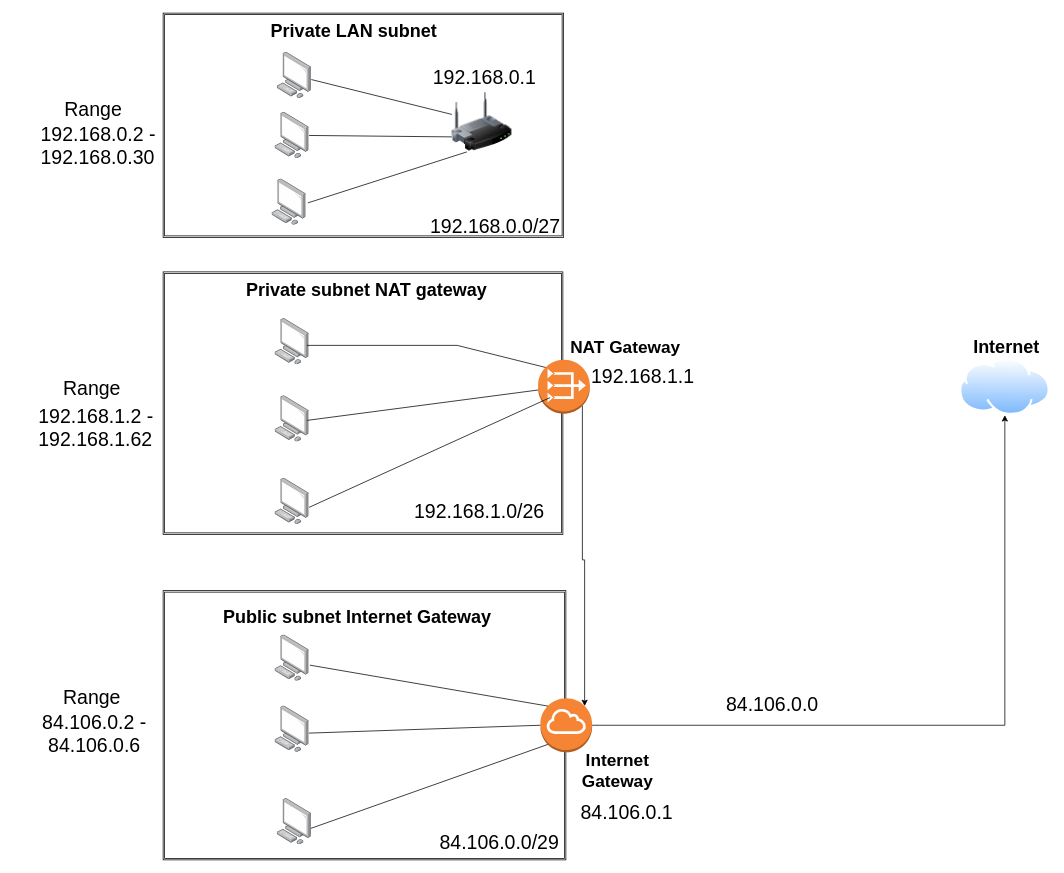
This is Week2/NTW-06.drawio from TechGrounds-Cloud8/cloud8-QuincyTjia, a draw.io file, before an edit. Source tidied: cells renumbered, new cells numbered last; positions are measured from the earlier drawing's top-left corner, leaving out a move shared by most shapes. Both pictures are drawn from the tidied source at 75%, with x=0, y=0 at pixel (12, 13).
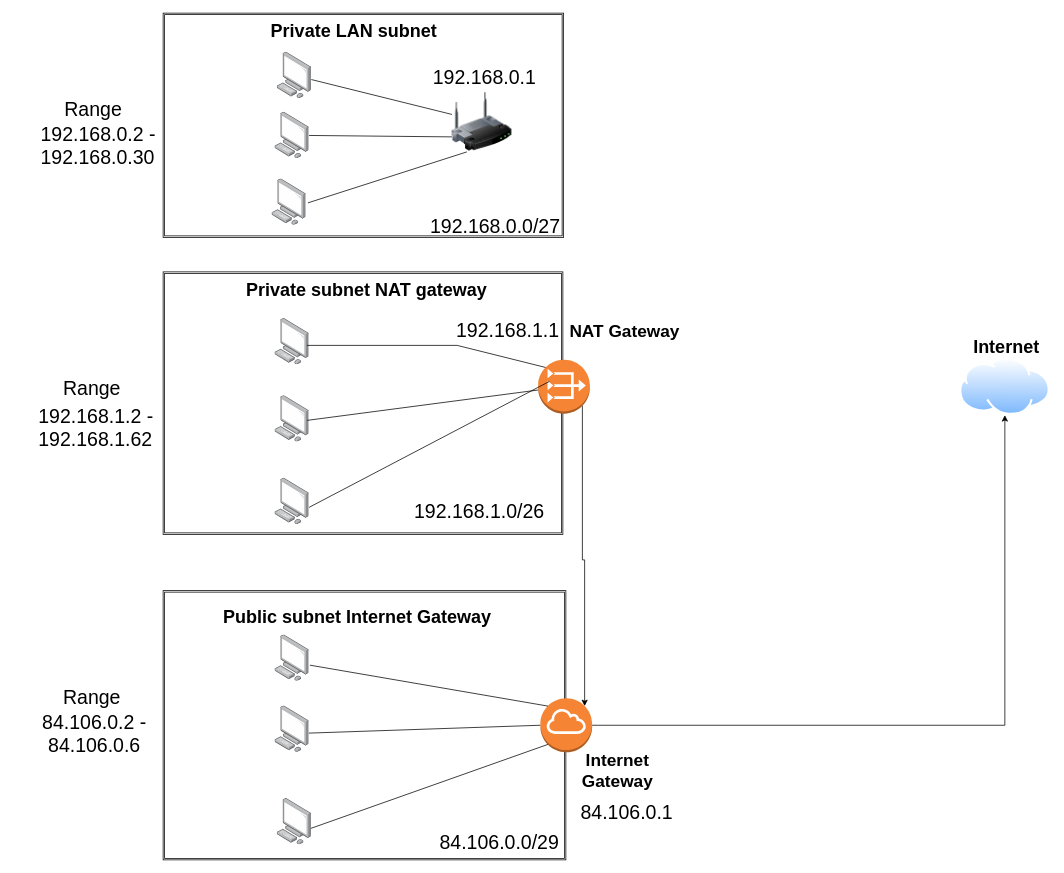
The same page after the edit.

Commit message (it also covers changes not shown here):
Diagram change NTW06

Diff of the diagram source:
```diff
@@
     <mxCell id="24" value="&lt;font size=&quot;1&quot; style=&quot;&quot;&gt;&lt;b style=&quot;font-size: 23px;&quot;&gt;NAT Gateway&lt;/b&gt;&lt;/font&gt;" style="text;html=1;strokeColor=none;fillColor=none;align=center;verticalAlign=middle;whiteSpace=wrap;rounded=0;" parent="1" vertex="1">
-      <mxGeometry x="717" y="377.4" width="201" height="135.2" as="geometry" />
+      <mxGeometry x="716" y="355.9" width="201" height="135.2" as="geometry" />
     </mxCell>
@@
-    <mxCell id="35" value="&lt;span style=&quot;color: rgb(0, 0, 0); font-family: Helvetica; font-size: 26px; font-style: normal; font-variant-ligatures: normal; font-variant-caps: normal; font-weight: 400; letter-spacing: normal; orphans: 2; text-align: center; text-indent: 0px; text-transform: none; widows: 2; word-spacing: 0px; -webkit-text-stroke-width: 0px; background-color: rgb(255, 255, 255); text-decoration-thickness: initial; text-decoration-style: initial; text-decoration-color: initial; float: none; display: inline !important;&quot;&gt;84.106.0.0&lt;/span&gt;" style="text;whiteSpace=wrap;html=1;fontSize=26;" parent="1" vertex="1">
-      <mxGeometry x="949.5" y="900" width="143" height="45" as="geometry" />
-    </mxCell>
@@
     <mxCell id="44" value="&lt;span style=&quot;color: rgb(0, 0, 0); font-family: Helvetica; font-size: 26px; font-style: normal; font-variant-ligatures: normal; font-variant-caps: normal; font-weight: 400; letter-spacing: normal; orphans: 2; text-align: center; text-indent: 0px; text-transform: none; widows: 2; word-spacing: 0px; -webkit-text-stroke-width: 0px; background-color: rgb(255, 255, 255); text-decoration-thickness: initial; text-decoration-style: initial; text-decoration-color: initial; float: none; display: inline !important;&quot;&gt;192.168.1.1&lt;/span&gt;" style="text;whiteSpace=wrap;html=1;fontSize=26;" parent="1" vertex="1">
-      <mxGeometry x="770" y="462" width="194" height="45" as="geometry" />
+      <mxGeometry x="590" y="401" width="194" height="45" as="geometry" />
     </mxCell>
```
